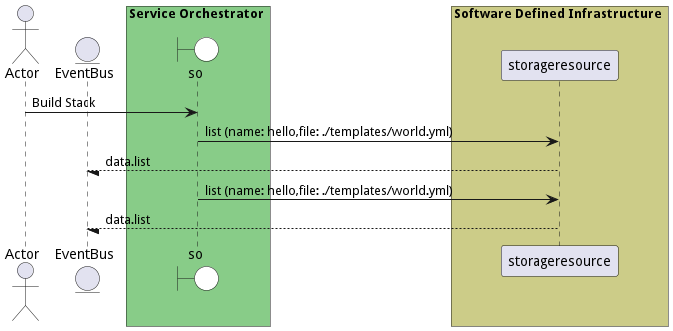
Above: docs/edgemere/sml/so/usecases/managestacks/BuildStack.png in madajaju/edgemere (PlantUML), before the change.
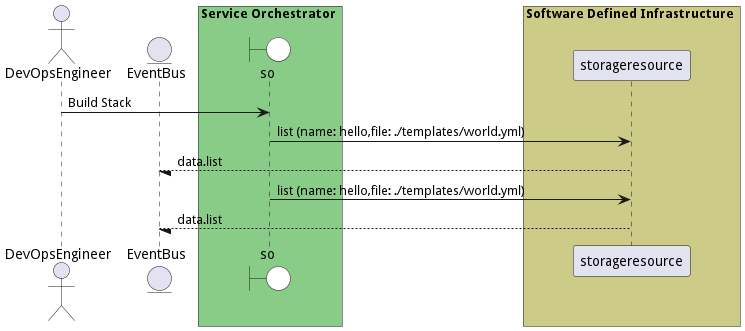
Later version of the same file.

The edit, as a diff of the source:
```diff
@@ -1,6 +1,6 @@
 @startuml
 
-actor "Actor"
+actor "DevOpsEngineer"
 
 
 entity EventBus
@@ -15,7 +15,7 @@
     end box
 
 
-"Actor" -> so: Build Stack
+"DevOpsEngineer" -> so: Build Stack
 
     so -> "storageresource": list (name: hello,file: ./templates/world.yml)
 
```
